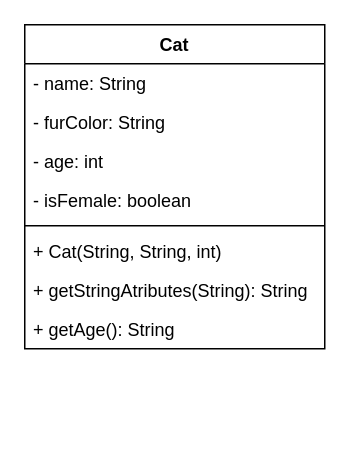
Earlier version of the draw.io diagram page "CopyCat1" (3 of 3) of klassendiagramm.drawio (01-OOP-Bjick/02b_Klassen_Objekte_2). Source tidied: cells renumbered, new cells numbered last; positions are measured from the earlier drawing's top-left corner, leaving out a move shared by most shapes. Both pictures are drawn from the tidied source at 150%, with x=0, y=0 at pixel (24, 24).
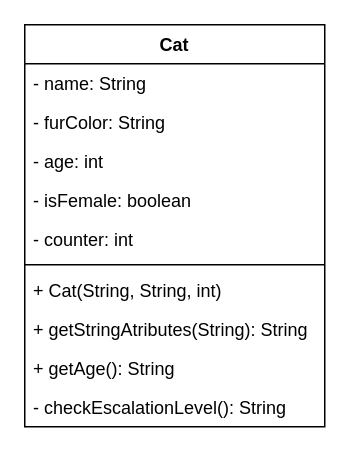
The same diagram, later.

The edit, as a diff of the source:
```diff
@@
 <mxGraphModel>
   <root>
     <mxCell id="0" />
     <mxCell id="1" parent="0" />
     <mxCell id="2" value="Cat" style="swimlane;fontStyle=1;align=center;verticalAlign=top;horizontal=1;startSize=26;" parent="1" vertex="1">
-      <mxGeometry width="200" height="216" as="geometry" />
+      <mxGeometry width="200" height="268" as="geometry" />
     </mxCell>
     <mxCell id="3" value="- name: String" style="text;strokeColor=none;fillColor=none;align=left;verticalAlign=top;spacingLeft=4;spacingRight=4;overflow=hidden;" parent="2" vertex="1">
       <mxGeometry y="26" width="200" height="26" as="geometry" />
     </mxCell>
     <mxCell id="4" value="- furColor: String" style="text;strokeColor=none;fillColor=none;align=left;verticalAlign=top;spacingLeft=4;spacingRight=4;overflow=hidden;" parent="2" vertex="1">
       <mxGeometry y="52" width="200" height="26" as="geometry" />
     </mxCell>
     <mxCell id="5" value="- age: int" style="text;strokeColor=none;fillColor=none;align=left;verticalAlign=top;spacingLeft=4;spacingRight=4;overflow=hidden;" parent="2" vertex="1">
       <mxGeometry y="78" width="200" height="26" as="geometry" />
     </mxCell>
     <mxCell id="6" value="- isFemale: boolean" style="text;strokeColor=none;fillColor=none;align=left;verticalAlign=top;spacingLeft=4;spacingRight=4;overflow=hidden;" parent="2" vertex="1">
       <mxGeometry y="104" width="200" height="26" as="geometry" />
     </mxCell>
+    <mxCell id="11" value="- counter: int" style="text;strokeColor=none;fillColor=none;align=left;verticalAlign=top;spacingLeft=4;spacingRight=4;overflow=hidden;" parent="2" vertex="1">
+      <mxGeometry y="130" width="200" height="26" as="geometry" />
+    </mxCell>
     <mxCell id="7" style="line;strokeWidth=1;fillColor=none;align=left;verticalAlign=middle;spacingTop=-1;spacingLeft=3;spacingRight=3;labelPosition=right;strokeColor=inherit;" parent="2" vertex="1">
-      <mxGeometry y="130" width="200" height="8" as="geometry" />
+      <mxGeometry y="156" width="200" height="8" as="geometry" />
     </mxCell>
     <mxCell id="8" value="+ Cat(String, String, int)" style="text;strokeColor=none;fillColor=none;align=left;verticalAlign=top;spacingLeft=4;spacingRight=4;overflow=hidden;" parent="2" vertex="1">
-      <mxGeometry y="138" width="200" height="26" as="geometry" />
+      <mxGeometry y="164" width="200" height="26" as="geometry" />
     </mxCell>
     <mxCell id="9" value="+ getStringAtributes(String): String" style="text;strokeColor=none;fillColor=none;align=left;verticalAlign=top;spacingLeft=4;spacingRight=4;overflow=hidden;" parent="2" vertex="1">
-      <mxGeometry y="164" width="200" height="26" as="geometry" />
+      <mxGeometry y="190" width="200" height="26" as="geometry" />
     </mxCell>
     <mxCell id="10" value="+ getAge(): String" style="text;strokeColor=none;fillColor=none;align=left;verticalAlign=top;spacingLeft=4;spacingRight=4;overflow=hidden;" parent="2" vertex="1">
-      <mxGeometry y="190" width="200" height="26" as="geometry" />
+      <mxGeometry y="216" width="200" height="26" as="geometry" />
     </mxCell>
+    <mxCell id="12" value="- checkEscalationLevel(): String" style="text;strokeColor=none;fillColor=none;align=left;verticalAlign=top;spacingLeft=4;spacingRight=4;overflow=hidden;" parent="2" vertex="1">
+      <mxGeometry y="242" width="200" height="26" as="geometry" />
+    </mxCell>
   </root>
 </mxGraphModel>
```
